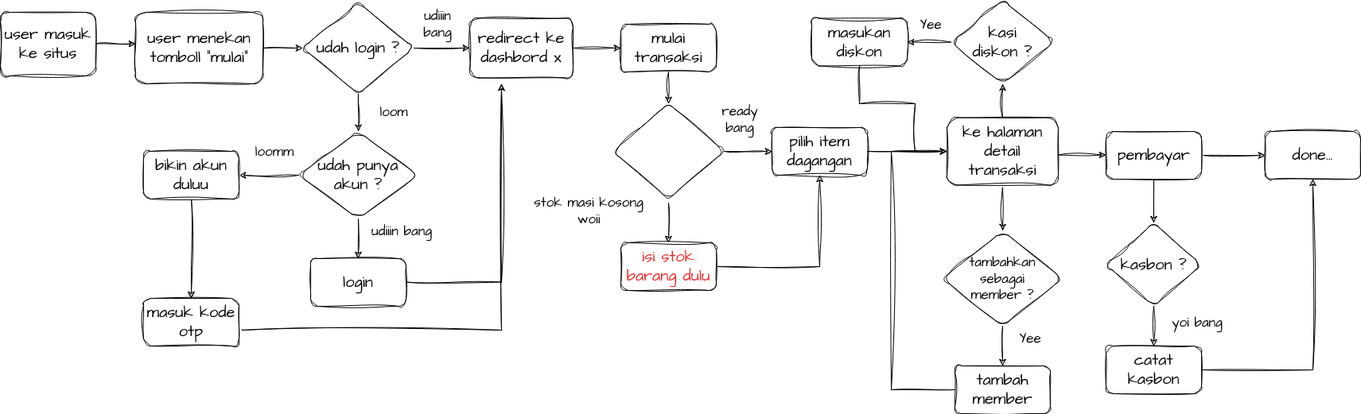
Earlier version of the draw.io export Untitled Diagram.drawio.png (Petrichor-Dev/mypos). Source tidied: cells renumbered, new cells last; positions are measured from the earlier drawing's top-left corner, leaving out a move shared by most shapes.
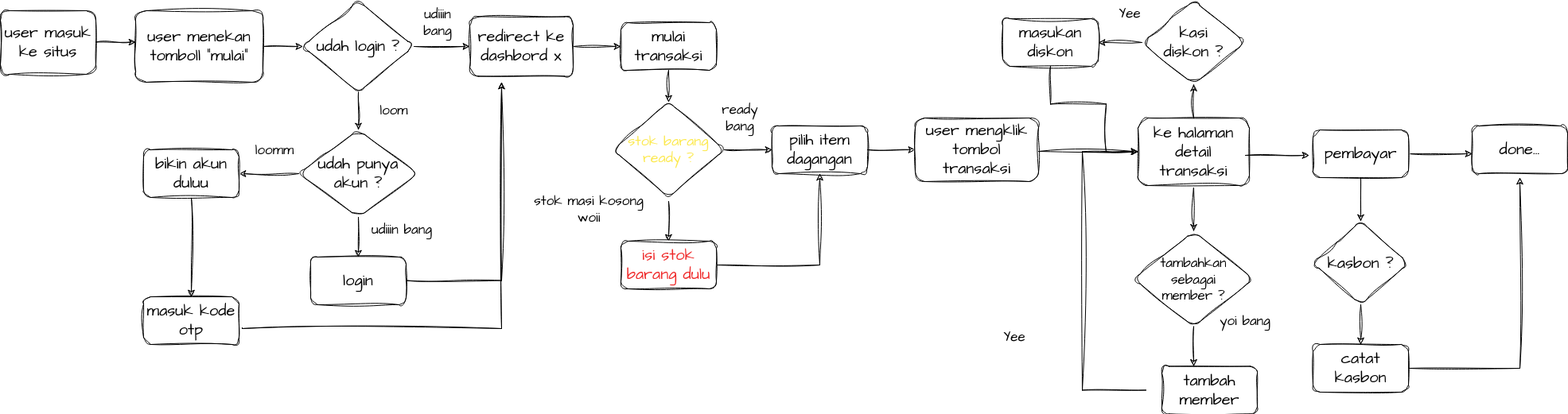
The same diagram one commit later.

Change to the diagram source:
```diff
@@ -98,12 +98,12 @@
     <mxCell id="28" style="edgeStyle=orthogonalEdgeStyle;rounded=0;sketch=1;hachureGap=4;jiggle=2;curveFitting=1;jettySize=auto;html=1;fontFamily=Architects Daughter;fontSource=https%3A%2F%2Ffonts.googleapis.com%2Fcss%3Ffamily%3DArchitects%2BDaughter;fontSize=14;fontColor=default;labelBackgroundColor=none;" parent="1" edge="1" source="29" target="31">
       <mxGeometry relative="1" as="geometry" />
     </mxCell>
-    <mxCell id="29" value="&lt;div style=&quot;font-size: 18px;&quot;&gt;&lt;font style=&quot;font-size: 18px;&quot; color=&quot;#ffffff&quot;&gt;stok barang &lt;br&gt;&lt;/font&gt;&lt;/div&gt;&lt;div style=&quot;font-size: 18px;&quot;&gt;&lt;font style=&quot;font-size: 18px;&quot; color=&quot;#ffffff&quot;&gt;ready&lt;/font&gt;&lt;font style=&quot;font-size: 18px;&quot; color=&quot;#ffffff&quot;&gt; ?&lt;/font&gt;&lt;/div&gt;" style="rhombus;whiteSpace=wrap;html=1;fontSize=14;fontFamily=Architects Daughter;rounded=1;sketch=1;curveFitting=1;jiggle=2;hachureGap=4;fontSource=https%3A%2F%2Ffonts.googleapis.com%2Fcss%3Ffamily%3DArchitects%2BDaughter;align=center;verticalAlign=middle;spacing=2;labelBackgroundColor=none;" parent="1" vertex="1">
+    <mxCell id="29" value="&lt;div style=&quot;font-size: 18px;&quot;&gt;&lt;font style=&quot;font-size: 18px;&quot; color=&quot;#fce94f&quot;&gt;stok barang &lt;br&gt;&lt;/font&gt;&lt;/div&gt;&lt;div style=&quot;font-size: 18px;&quot;&gt;&lt;font style=&quot;font-size: 18px;&quot; color=&quot;#fce94f&quot;&gt;ready&lt;/font&gt;&lt;font style=&quot;font-size: 18px;&quot; color=&quot;#fce94f&quot;&gt; ?&lt;/font&gt;&lt;/div&gt;" style="rhombus;whiteSpace=wrap;html=1;fontSize=14;fontFamily=Architects Daughter;rounded=1;sketch=1;curveFitting=1;jiggle=2;hachureGap=4;fontSource=https%3A%2F%2Ffonts.googleapis.com%2Fcss%3Ffamily%3DArchitects%2BDaughter;align=center;verticalAlign=middle;spacing=2;labelBackgroundColor=none;" parent="1" vertex="1">
       <mxGeometry x="770" y="200" width="140" height="120" as="geometry" />
     </mxCell>
-    <mxCell id="30" style="edgeStyle=orthogonalEdgeStyle;rounded=0;sketch=1;hachureGap=4;jiggle=2;curveFitting=1;jettySize=auto;html=1;fontFamily=Architects Daughter;fontSource=https%3A%2F%2Ffonts.googleapis.com%2Fcss%3Ffamily%3DArchitects%2BDaughter;fontSize=18;fontColor=default;labelBackgroundColor=none;" parent="1" edge="1" source="31" target="39">
-      <mxGeometry relative="1" as="geometry" />
-    </mxCell>
+    <mxCell id="60" style="edgeStyle=orthogonalEdgeStyle;rounded=0;sketch=1;hachureGap=4;jiggle=2;curveFitting=1;jettySize=auto;html=1;fontFamily=Architects Daughter;fontSource=https%3A%2F%2Ffonts.googleapis.com%2Fcss%3Ffamily%3DArchitects%2BDaughter;fontSize=16;fontColor=#fce94f;" parent="1" edge="1" source="31" target="61">
+      <mxGeometry relative="1" as="geometry" />
+    </mxCell>
     <mxCell id="31" value="pilih item dagangan " style="whiteSpace=wrap;html=1;fontSize=20;fontFamily=Architects Daughter;rounded=1;sketch=1;curveFitting=1;jiggle=2;hachureGap=4;fontSource=https%3A%2F%2Ffonts.googleapis.com%2Fcss%3Ffamily%3DArchitects%2BDaughter;spacing=2;labelBackgroundColor=none;" parent="1" vertex="1">
       <mxGeometry x="970" y="230" width="120" height="60" as="geometry" />
     </mxCell>
@@ -131,83 +131,99 @@
       <mxGeometry relative="1" as="geometry" />
     </mxCell>
     <mxCell id="39" value="ke halaman detail transaksi" style="whiteSpace=wrap;html=1;fontSize=20;fontFamily=Architects Daughter;rounded=1;sketch=1;curveFitting=1;jiggle=2;hachureGap=4;fontSource=https%3A%2F%2Ffonts.googleapis.com%2Fcss%3Ffamily%3DArchitects%2BDaughter;spacing=2;labelBackgroundColor=none;" parent="1" vertex="1">
-      <mxGeometry x="1190" y="217.5" width="140" height="85" as="geometry" />
+      <mxGeometry x="1430" y="220" width="140" height="85" as="geometry" />
     </mxCell>
     <mxCell id="40" style="edgeStyle=orthogonalEdgeStyle;rounded=0;sketch=1;hachureGap=4;jiggle=2;curveFitting=1;jettySize=auto;html=1;fontFamily=Architects Daughter;fontSource=https%3A%2F%2Ffonts.googleapis.com%2Fcss%3Ffamily%3DArchitects%2BDaughter;fontSize=17;fontColor=default;labelBackgroundColor=none;" parent="1" edge="1" source="41" target="48">
       <mxGeometry relative="1" as="geometry" />
     </mxCell>
     <mxCell id="41" value="&lt;div&gt;kasi &lt;br&gt;&lt;/div&gt;&lt;div&gt;diskon ?&lt;br&gt;&lt;/div&gt;" style="rhombus;whiteSpace=wrap;html=1;fontSize=20;fontFamily=Architects Daughter;rounded=1;sketch=1;curveFitting=1;jiggle=2;hachureGap=4;fontSource=https%3A%2F%2Ffonts.googleapis.com%2Fcss%3Ffamily%3DArchitects%2BDaughter;spacing=2;labelBackgroundColor=none;" parent="1" vertex="1">
-      <mxGeometry x="1195" y="70" width="130" height="105" as="geometry" />
+      <mxGeometry x="1435" y="72.5" width="130" height="105" as="geometry" />
     </mxCell>
-    <mxCell id="42" style="edgeStyle=orthogonalEdgeStyle;rounded=0;sketch=1;hachureGap=4;jiggle=2;curveFitting=1;jettySize=auto;html=1;fontFamily=Architects Daughter;fontSource=https%3A%2F%2Ffonts.googleapis.com%2Fcss%3Ffamily%3DArchitects%2BDaughter;fontSize=17;fontColor=default;labelBackgroundColor=none;" parent="1" edge="1" source="43" target="53">
-      <mxGeometry relative="1" as="geometry" />
+    <mxCell id="42" style="edgeStyle=orthogonalEdgeStyle;rounded=0;sketch=1;hachureGap=4;jiggle=2;curveFitting=1;jettySize=auto;html=1;fontFamily=Architects Daughter;fontSource=https%3A%2F%2Ffonts.googleapis.com%2Fcss%3Ffamily%3DArchitects%2BDaughter;fontSize=17;fontColor=default;labelBackgroundColor=none;" parent="1" edge="1" source="43">
+      <mxGeometry relative="1" as="geometry">
+        <mxPoint x="1500" y="532.5" as="targetPoint" />
+      </mxGeometry>
     </mxCell>
     <mxCell id="43" value="&lt;div style=&quot;font-size: 17px;&quot;&gt;&lt;font style=&quot;font-size: 17px;&quot;&gt;tambahkan &lt;br&gt;&lt;/font&gt;&lt;/div&gt;&lt;div style=&quot;font-size: 17px;&quot;&gt;&lt;font style=&quot;font-size: 17px;&quot;&gt;sebagai &lt;br&gt;&lt;/font&gt;&lt;/div&gt;&lt;div style=&quot;font-size: 17px;&quot;&gt;&lt;font style=&quot;font-size: 17px;&quot;&gt;member &lt;/font&gt;?&lt;/div&gt;" style="rhombus;whiteSpace=wrap;html=1;fontSize=20;fontFamily=Architects Daughter;rounded=1;sketch=1;curveFitting=1;jiggle=2;hachureGap=4;fontSource=https%3A%2F%2Ffonts.googleapis.com%2Fcss%3Ffamily%3DArchitects%2BDaughter;spacing=2;labelBackgroundColor=none;" parent="1" vertex="1">
-      <mxGeometry x="1185" y="360" width="150" height="120" as="geometry" />
+      <mxGeometry x="1425" y="362.5" width="150" height="120" as="geometry" />
     </mxCell>
     <mxCell id="44" style="edgeStyle=orthogonalEdgeStyle;rounded=0;sketch=1;hachureGap=4;jiggle=2;curveFitting=1;jettySize=auto;html=1;fontFamily=Architects Daughter;fontSource=https%3A%2F%2Ffonts.googleapis.com%2Fcss%3Ffamily%3DArchitects%2BDaughter;fontSize=17;fontColor=default;labelBackgroundColor=none;" parent="1" edge="1" source="46" target="55">
       <mxGeometry relative="1" as="geometry" />
     </mxCell>
-    <mxCell id="45" style="edgeStyle=orthogonalEdgeStyle;rounded=0;sketch=1;hachureGap=4;jiggle=2;curveFitting=1;jettySize=auto;html=1;fontFamily=Architects Daughter;fontSource=https%3A%2F%2Ffonts.googleapis.com%2Fcss%3Ffamily%3DArchitects%2BDaughter;fontSize=17;fontColor=default;labelBackgroundColor=none;" parent="1" edge="1" source="46" target="58">
-      <mxGeometry relative="1" as="geometry" />
+    <mxCell id="45" style="edgeStyle=orthogonalEdgeStyle;rounded=0;sketch=1;hachureGap=4;jiggle=2;curveFitting=1;jettySize=auto;html=1;fontFamily=Architects Daughter;fontSource=https%3A%2F%2Ffonts.googleapis.com%2Fcss%3Ffamily%3DArchitects%2BDaughter;fontSize=17;fontColor=default;labelBackgroundColor=none;" parent="1" edge="1" source="46">
+      <mxGeometry relative="1" as="geometry">
+        <mxPoint x="1850" y="265" as="targetPoint" />
+      </mxGeometry>
     </mxCell>
     <mxCell id="46" value="pembayar" style="whiteSpace=wrap;html=1;fontSize=20;fontFamily=Architects Daughter;rounded=1;sketch=1;curveFitting=1;jiggle=2;hachureGap=4;fontSource=https%3A%2F%2Ffonts.googleapis.com%2Fcss%3Ffamily%3DArchitects%2BDaughter;spacing=2;labelBackgroundColor=none;" parent="1" vertex="1">
-      <mxGeometry x="1390" y="235" width="120" height="60" as="geometry" />
+      <mxGeometry x="1650" y="235" width="120" height="60" as="geometry" />
     </mxCell>
     <mxCell id="47" style="edgeStyle=orthogonalEdgeStyle;rounded=0;sketch=1;hachureGap=4;jiggle=2;curveFitting=1;jettySize=auto;html=1;fontFamily=Architects Daughter;fontSource=https%3A%2F%2Ffonts.googleapis.com%2Fcss%3Ffamily%3DArchitects%2BDaughter;fontSize=17;fontColor=default;labelBackgroundColor=none;" parent="1" edge="1" source="48">
       <mxGeometry relative="1" as="geometry">
-        <mxPoint x="1190" y="260" as="targetPoint" />
+        <mxPoint x="1430" y="262.5" as="targetPoint" />
         <Array as="points">
-          <mxPoint x="1080" y="200" />
-          <mxPoint x="1150" y="200" />
-          <mxPoint x="1150" y="260" />
+          <mxPoint x="1320" y="202.5" />
+          <mxPoint x="1390" y="202.5" />
+          <mxPoint x="1390" y="262.5" />
         </Array>
       </mxGeometry>
     </mxCell>
     <mxCell id="48" value="masukan diskon" style="rounded=1;whiteSpace=wrap;html=1;fontSize=20;fontFamily=Architects Daughter;sketch=1;curveFitting=1;jiggle=2;hachureGap=4;fontSource=https%3A%2F%2Ffonts.googleapis.com%2Fcss%3Ffamily%3DArchitects%2BDaughter;spacing=2;labelBackgroundColor=none;" parent="1" vertex="1">
-      <mxGeometry x="1020" y="92.5" width="120" height="60" as="geometry" />
+      <mxGeometry x="1260" y="95" width="120" height="60" as="geometry" />
     </mxCell>
     <mxCell id="49" value="Yee" style="text;strokeColor=none;align=center;fillColor=none;html=1;verticalAlign=middle;whiteSpace=wrap;rounded=0;sketch=1;hachureGap=4;jiggle=2;curveFitting=1;fontFamily=Architects Daughter;fontSource=https%3A%2F%2Ffonts.googleapis.com%2Fcss%3Ffamily%3DArchitects%2BDaughter;fontSize=17;labelBackgroundColor=none;" parent="1" vertex="1">
-      <mxGeometry x="1140" y="85" width="60" height="30" as="geometry" />
+      <mxGeometry x="1390" y="72.5" width="60" height="30" as="geometry" />
     </mxCell>
     <mxCell id="50" style="edgeStyle=orthogonalEdgeStyle;rounded=0;sketch=1;hachureGap=4;jiggle=2;curveFitting=1;orthogonalLoop=1;jettySize=auto;html=1;fontFamily=Architects Daughter;fontSource=https%3A%2F%2Ffonts.googleapis.com%2Fcss%3Ffamily%3DArchitects%2BDaughter;fontSize=17;fontColor=default;labelBackgroundColor=none;" parent="1" edge="1">
       <mxGeometry relative="1" as="geometry">
-        <mxPoint x="1330" y="264.5" as="sourcePoint" />
-        <mxPoint x="1390" y="264.5" as="targetPoint" />
+        <mxPoint x="1305" y="262" as="sourcePoint" />
+        <mxPoint x="1430" y="262" as="targetPoint" />
       </mxGeometry>
     </mxCell>
     <mxCell id="51" value="Yee" style="text;strokeColor=none;align=center;fillColor=none;html=1;verticalAlign=middle;whiteSpace=wrap;rounded=0;sketch=1;hachureGap=4;jiggle=2;curveFitting=1;fontFamily=Architects Daughter;fontSource=https%3A%2F%2Ffonts.googleapis.com%2Fcss%3Ffamily%3DArchitects%2BDaughter;fontSize=17;labelBackgroundColor=none;" parent="1" vertex="1">
-      <mxGeometry x="1265" y="480" width="60" height="30" as="geometry" />
+      <mxGeometry x="1245" y="480" width="60" height="30" as="geometry" />
     </mxCell>
-    <mxCell id="52" style="edgeStyle=orthogonalEdgeStyle;rounded=0;sketch=1;hachureGap=4;jiggle=2;curveFitting=1;jettySize=auto;html=1;fontFamily=Architects Daughter;fontSource=https%3A%2F%2Ffonts.googleapis.com%2Fcss%3Ffamily%3DArchitects%2BDaughter;fontSize=17;fontColor=default;labelBackgroundColor=none;" parent="1" edge="1" source="53">
+    <mxCell id="52" style="edgeStyle=orthogonalEdgeStyle;rounded=0;sketch=1;hachureGap=4;jiggle=2;curveFitting=1;orthogonalLoop=1;jettySize=auto;html=1;fontFamily=Architects Daughter;fontSource=https%3A%2F%2Ffonts.googleapis.com%2Fcss%3Ffamily%3DArchitects%2BDaughter;fontSize=17;fontColor=default;labelBackgroundColor=none;" parent="1" edge="1">
       <mxGeometry relative="1" as="geometry">
-        <mxPoint x="1190" y="260" as="targetPoint" />
+        <mxPoint x="1440" y="562.5" as="sourcePoint" />
+        <mxPoint x="1430" y="262.5" as="targetPoint" />
         <Array as="points">
-          <mxPoint x="1120" y="560" />
-          <mxPoint x="1120" y="260" />
+          <mxPoint x="1360" y="562.5" />
+          <mxPoint x="1360" y="262.5" />
         </Array>
       </mxGeometry>
     </mxCell>
     <mxCell id="53" value="tambah member" style="whiteSpace=wrap;html=1;fontSize=20;fontFamily=Architects Daughter;rounded=1;sketch=1;curveFitting=1;jiggle=2;hachureGap=4;fontSource=https%3A%2F%2Ffonts.googleapis.com%2Fcss%3Ffamily%3DArchitects%2BDaughter;spacing=2;labelBackgroundColor=none;" parent="1" vertex="1">
-      <mxGeometry x="1200" y="530" width="120" height="60" as="geometry" />
+      <mxGeometry x="1460" y="532.5" width="120" height="60" as="geometry" />
     </mxCell>
     <mxCell id="54" style="edgeStyle=orthogonalEdgeStyle;rounded=0;sketch=1;hachureGap=4;jiggle=2;curveFitting=1;jettySize=auto;html=1;fontFamily=Architects Daughter;fontSource=https%3A%2F%2Ffonts.googleapis.com%2Fcss%3Ffamily%3DArchitects%2BDaughter;fontSize=17;fontColor=default;labelBackgroundColor=none;" parent="1" edge="1" source="55" target="57">
       <mxGeometry relative="1" as="geometry" />
     </mxCell>
     <mxCell id="55" value="kasbon ? " style="rhombus;whiteSpace=wrap;html=1;fontSize=20;fontFamily=Architects Daughter;rounded=1;sketch=1;curveFitting=1;jiggle=2;hachureGap=4;fontSource=https%3A%2F%2Ffonts.googleapis.com%2Fcss%3Ffamily%3DArchitects%2BDaughter;spacing=2;labelBackgroundColor=none;" parent="1" vertex="1">
-      <mxGeometry x="1390" y="350" width="120" height="105" as="geometry" />
+      <mxGeometry x="1650" y="350" width="120" height="105" as="geometry" />
     </mxCell>
-    <mxCell id="56" style="edgeStyle=orthogonalEdgeStyle;rounded=0;sketch=1;hachureGap=4;jiggle=2;curveFitting=1;jettySize=auto;html=1;fontFamily=Architects Daughter;fontSource=https%3A%2F%2Ffonts.googleapis.com%2Fcss%3Ffamily%3DArchitects%2BDaughter;fontSize=17;fontColor=default;entryX=0.5;entryY=1;entryDx=0;entryDy=0;labelBackgroundColor=none;" parent="1" edge="1" source="57" target="58">
-      <mxGeometry relative="1" as="geometry" />
+    <mxCell id="56" style="edgeStyle=orthogonalEdgeStyle;rounded=0;sketch=1;hachureGap=4;jiggle=2;curveFitting=1;jettySize=auto;html=1;fontFamily=Architects Daughter;fontSource=https%3A%2F%2Ffonts.googleapis.com%2Fcss%3Ffamily%3DArchitects%2BDaughter;fontSize=17;fontColor=default;entryX=0.5;entryY=1;entryDx=0;entryDy=0;labelBackgroundColor=none;" parent="1" edge="1" source="57">
+      <mxGeometry relative="1" as="geometry">
+        <mxPoint x="1910" y="295" as="targetPoint" />
+      </mxGeometry>
     </mxCell>
     <mxCell id="57" value="catat kasbon" style="whiteSpace=wrap;html=1;fontSize=20;fontFamily=Architects Daughter;rounded=1;sketch=1;curveFitting=1;jiggle=2;hachureGap=4;fontSource=https%3A%2F%2Ffonts.googleapis.com%2Fcss%3Ffamily%3DArchitects%2BDaughter;spacing=2;labelBackgroundColor=none;" parent="1" vertex="1">
-      <mxGeometry x="1390" y="505" width="120" height="60" as="geometry" />
+      <mxGeometry x="1650" y="505" width="120" height="60" as="geometry" />
     </mxCell>
     <mxCell id="58" value="done..." style="whiteSpace=wrap;html=1;fontSize=20;fontFamily=Architects Daughter;rounded=1;sketch=1;curveFitting=1;jiggle=2;hachureGap=4;fontSource=https%3A%2F%2Ffonts.googleapis.com%2Fcss%3Ffamily%3DArchitects%2BDaughter;spacing=2;labelBackgroundColor=none;" parent="1" vertex="1">
-      <mxGeometry x="1590" y="235" width="120" height="60" as="geometry" />
+      <mxGeometry x="1850" y="230" width="120" height="60" as="geometry" />
     </mxCell>
     <mxCell id="59" value="yoi bang" style="text;strokeColor=none;align=center;fillColor=none;html=1;verticalAlign=middle;whiteSpace=wrap;rounded=0;sketch=1;hachureGap=4;jiggle=2;curveFitting=1;fontFamily=Architects Daughter;fontSource=https%3A%2F%2Ffonts.googleapis.com%2Fcss%3Ffamily%3DArchitects%2BDaughter;fontSize=17;labelBackgroundColor=none;" parent="1" vertex="1">
-      <mxGeometry x="1460" y="460" width="90" height="30" as="geometry" />
+      <mxGeometry x="1520" y="460" width="90" height="30" as="geometry" />
     </mxCell>
+    <mxCell id="61" value="&lt;div&gt;user mengklik tombol transaksi&lt;br&gt;&lt;/div&gt;" style="whiteSpace=wrap;html=1;fontSize=20;fontFamily=Architects Daughter;rounded=1;sketch=1;curveFitting=1;jiggle=2;hachureGap=4;fontSource=https%3A%2F%2Ffonts.googleapis.com%2Fcss%3Ffamily%3DArchitects%2BDaughter;spacing=2;labelBackgroundColor=none;" parent="1" vertex="1">
+      <mxGeometry x="1150" y="220" width="155" height="80" as="geometry" />
+    </mxCell>
+    <mxCell id="62" style="edgeStyle=orthogonalEdgeStyle;rounded=0;sketch=1;hachureGap=4;jiggle=2;curveFitting=1;orthogonalLoop=1;jettySize=auto;html=1;fontFamily=Architects Daughter;fontSource=https%3A%2F%2Ffonts.googleapis.com%2Fcss%3Ffamily%3DArchitects%2BDaughter;fontSize=17;fontColor=default;labelBackgroundColor=none;" parent="1" edge="1">
+      <mxGeometry relative="1" as="geometry">
+        <mxPoint x="1565" y="267" as="sourcePoint" />
+        <mxPoint x="1645" y="267" as="targetPoint" />
+      </mxGeometry>
+    </mxCell>
   </root>
 </mxGraphModel>
```
